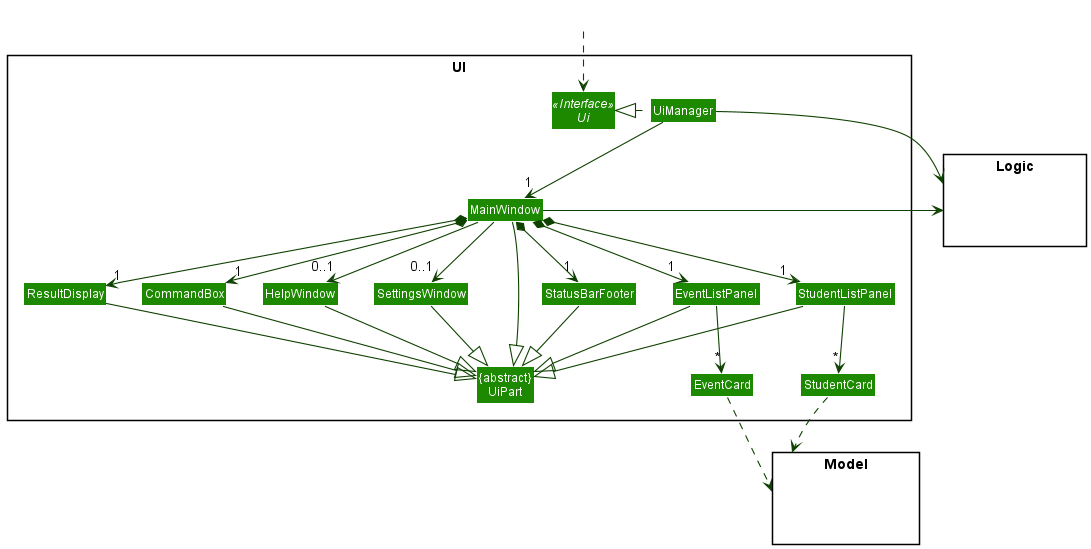
Earlier version of the PlantUML export docs/images/UiClassDiagram.png (wowsiddanth/tp).
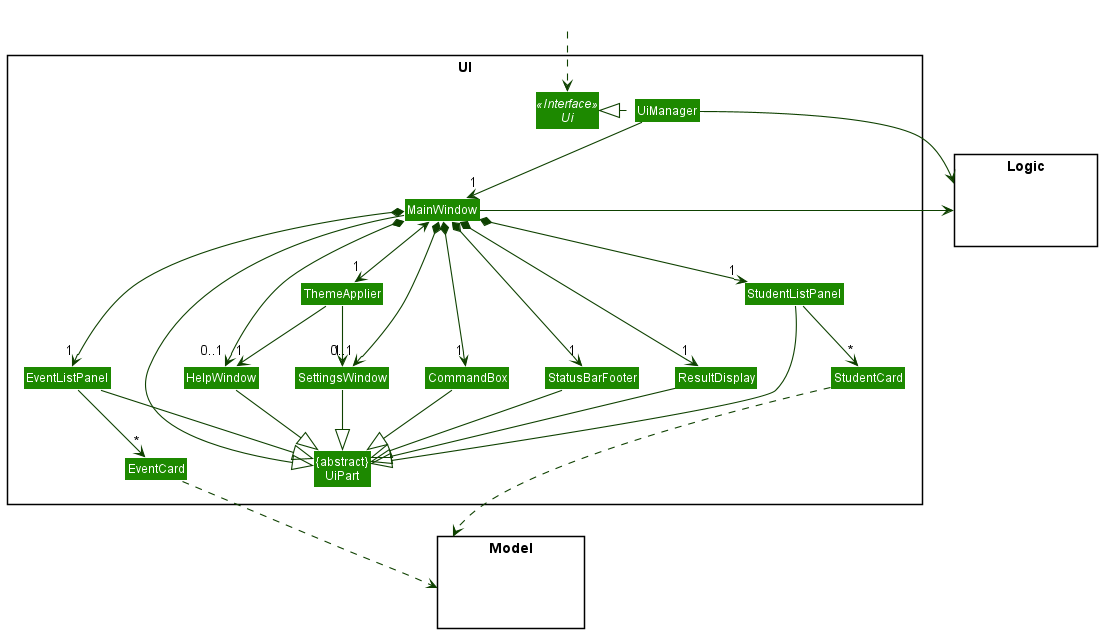
After the commit.

Change to the diagram source:
```diff
@@ -18,6 +18,7 @@
 Class EventCard
 Class StatusBarFooter
 Class CommandBox
+Class ThemeApplier
 }
 
 package Model <<Rectangle>> {
@@ -38,14 +39,16 @@
 MainWindow *-down-> "1" StudentListPanel
 MainWindow *-down-> "1" EventListPanel
 MainWindow *-down-> "1" StatusBarFooter
-MainWindow -down-> "0..1" HelpWindow
-MainWindow -down-> "0..1" SettingsWindow
+MainWindow *-down-> "0..1" HelpWindow
+MainWindow *-down-> "0..1" SettingsWindow
+MainWindow <-down-> "1" ThemeApplier
+ThemeApplier -down-> "1" HelpWindow
+ThemeApplier -down-> "1" SettingsWindow
 
 StudentListPanel -down-> "*" StudentCard
 EventListPanel -down-> "*" EventCard
 
-MainWindow -left-|> UiPart
-
+MainWindow --|> UiPart
 ResultDisplay --|> UiPart
 CommandBox --|> UiPart
 StudentListPanel --|> UiPart
```
